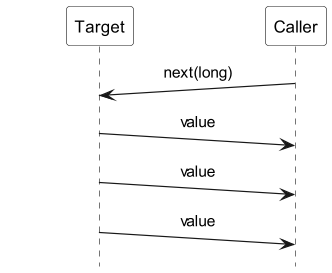
Above: images/Iterator_with_batching.png in ti-cortex-m4/demo-java-reactive-streams-old (PlantUML), before the change.
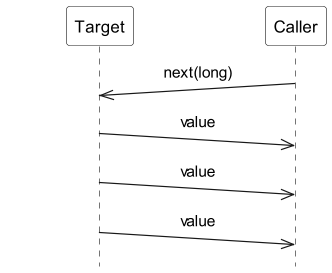
After the commit.

Change to the diagram source:
```diff
@@ -1,14 +1,14 @@
 @startuml
-!include sequence_header.iuml
+!include sequence_diagram_header.iuml
 
 skinparam participantPadding 50
 
 participant Target
 participant Caller
 
-Caller ->(10) Target : next(long)
-Target ->(10) Caller : value
-Target ->(10) Caller : value
-Target ->(10) Caller : value
+Caller ->>(10) Target : next(long)
+Target ->>(10) Caller : value
+Target ->>(10) Caller : value
+Target ->>(10) Caller : value
 
 @enduml
```
